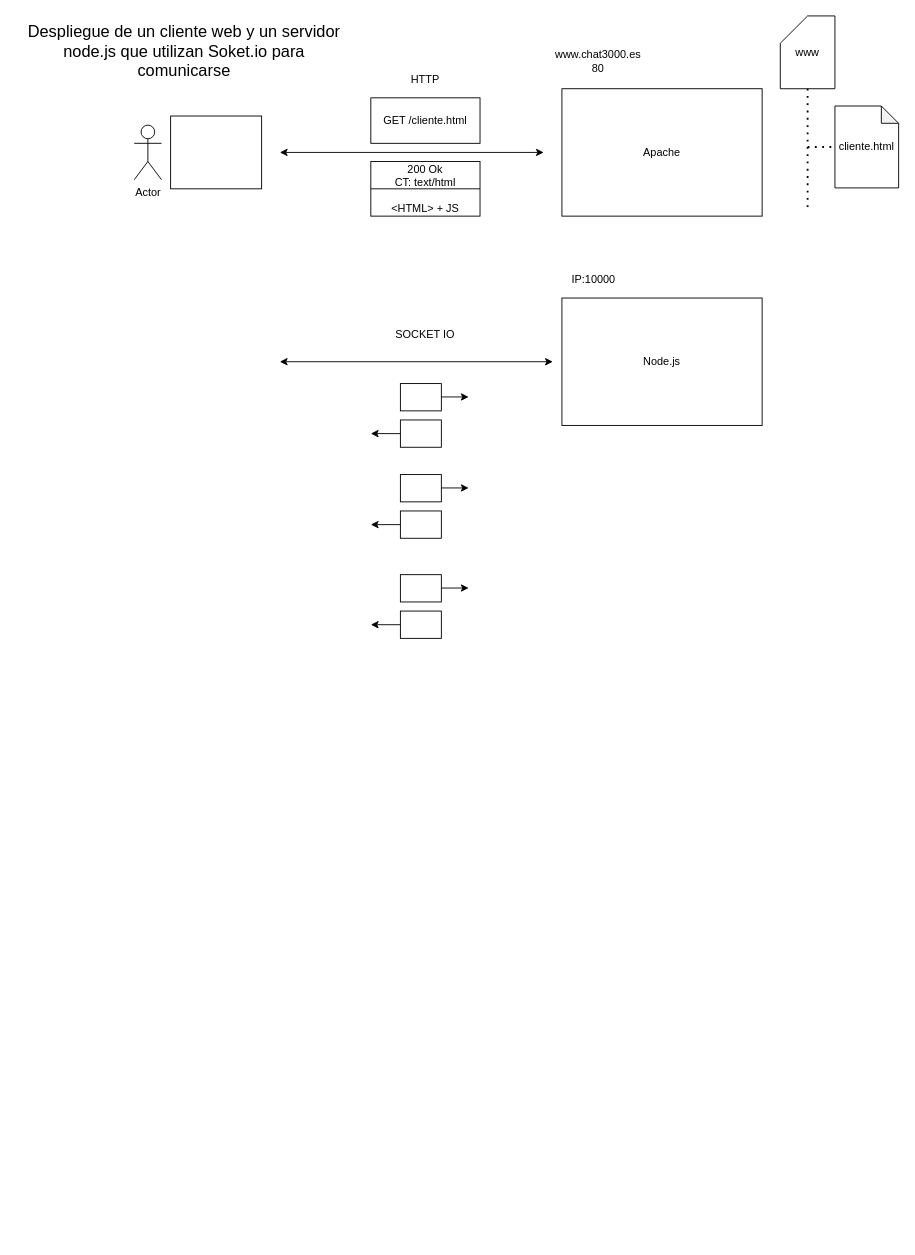
Earlier version of the draw.io diagram page "Página-58" (58 of 60) of diagramas.drawio (almoril00/MEAN). Source tidied: cells renumbered, new cells numbered last; positions are measured from the earlier drawing's top-left corner, leaving out a move shared by most shapes. Both pictures are drawn from the tidied source at 91%, with x=0, y=0 at pixel (15, 15).
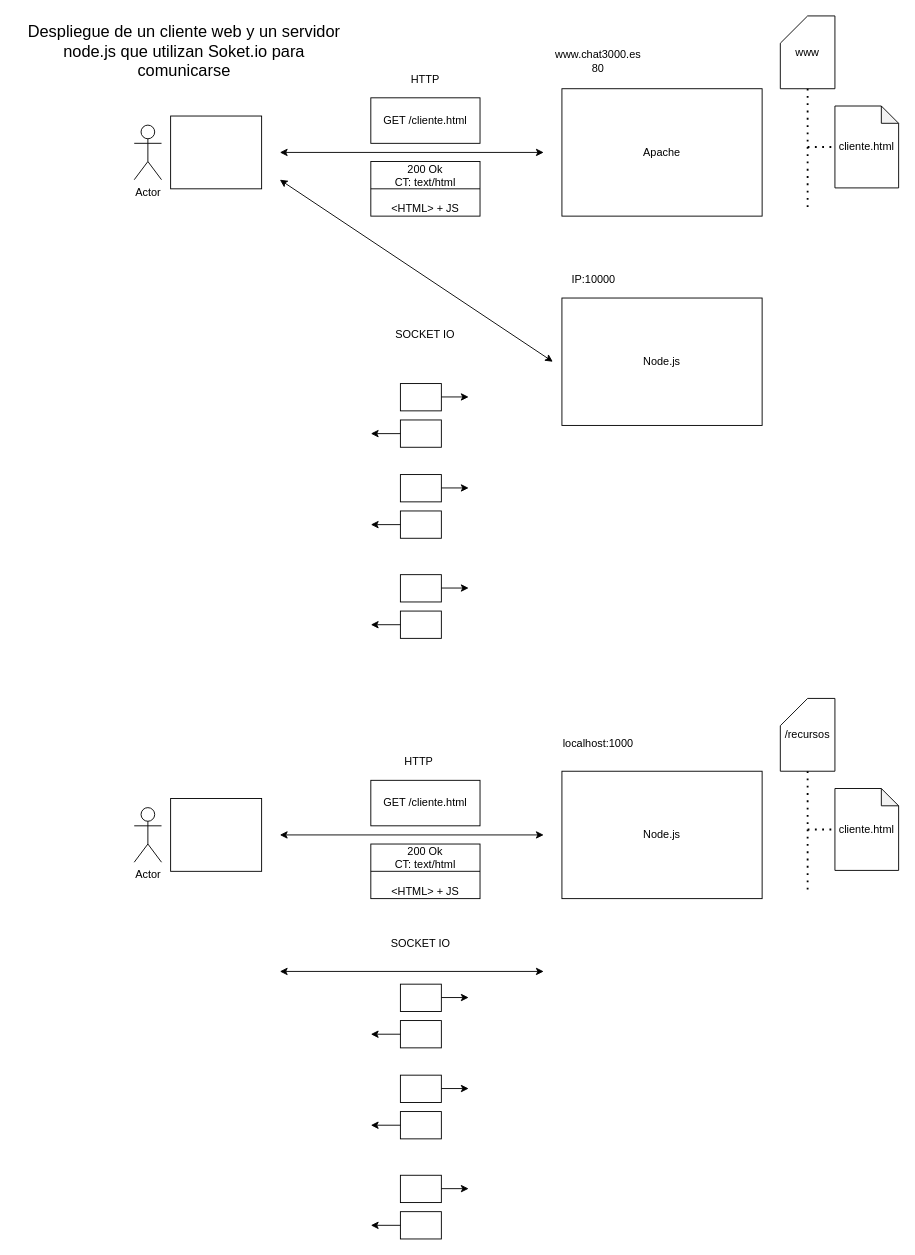
After the change.

Diff of the diagram source:
```diff
@@
     <mxCell id="15" style="endArrow=classic;startArrow=classic;html=1;strokeWidth=1;" parent="1" edge="1">
       <mxGeometry relative="1" as="geometry">
-        <mxPoint x="290" y="380" as="sourcePoint" />
+        <mxPoint x="290" y="180" as="sourcePoint" />
         <mxPoint x="590" y="380" as="targetPoint" />
       </mxGeometry>
     </mxCell>
@@
+    <mxCell id="32" style="rounded=0;whiteSpace=wrap;html=1;fillColor=none;" parent="1" vertex="1">
+      <mxGeometry x="170" y="860" width="100" height="80" as="geometry" />
+    </mxCell>
+    <mxCell id="33" value="Actor" style="shape=umlActor;verticalLabelPosition=bottom;verticalAlign=top;html=1;fillColor=none;" parent="1" vertex="1">
+      <mxGeometry x="130" y="870" width="30" height="60" as="geometry" />
+    </mxCell>
+    <mxCell id="34" value="Node.js" style="rounded=0;whiteSpace=wrap;html=1;fillColor=none;" parent="1" vertex="1">
+      <mxGeometry x="600" y="830" width="220" height="140" as="geometry" />
+    </mxCell>
+    <mxCell id="35" style="endArrow=classic;startArrow=classic;html=1;strokeWidth=1;" parent="1" edge="1">
+      <mxGeometry relative="1" as="geometry">
+        <mxPoint x="290" y="900" as="sourcePoint" />
+        <mxPoint x="580" y="900" as="targetPoint" />
+      </mxGeometry>
+    </mxCell>
+    <mxCell id="36" value="localhost:1000" style="text;html=1;strokeColor=none;fillColor=none;align=center;verticalAlign=middle;whiteSpace=wrap;rounded=0;" parent="1" vertex="1">
+      <mxGeometry x="620" y="790" width="40" height="20" as="geometry" />
+    </mxCell>
+    <mxCell id="37" value="cliente.html" style="shape=note;whiteSpace=wrap;html=1;backgroundOutline=1;darkOpacity=0.05;fillColor=none;size=19;" parent="1" vertex="1">
+      <mxGeometry x="900" y="849" width="70" height="90" as="geometry" />
+    </mxCell>
+    <mxCell id="38" value="/recursos" style="shape=card;whiteSpace=wrap;html=1;fillColor=none;" parent="1" vertex="1">
+      <mxGeometry x="840" y="750" width="60" height="80" as="geometry" />
+    </mxCell>
+    <mxCell id="39" style="endArrow=none;dashed=1;html=1;dashPattern=1 3;strokeWidth=2;entryX=0.5;entryY=1;entryDx=0;entryDy=0;entryPerimeter=0;" parent="1" edge="1" target="38">
+      <mxGeometry relative="1" as="geometry">
+        <mxPoint x="870" y="960" as="sourcePoint" />
+      </mxGeometry>
+    </mxCell>
+    <mxCell id="40" style="endArrow=none;dashed=1;html=1;dashPattern=1 3;strokeWidth=2;entryX=0;entryY=0.5;entryDx=0;entryDy=0;entryPerimeter=0;" parent="1" edge="1" target="37">
+      <mxGeometry relative="1" as="geometry">
+        <mxPoint x="870" y="894" as="sourcePoint" />
+      </mxGeometry>
+    </mxCell>
+    <mxCell id="41" value="GET /cliente.html" style="rounded=0;whiteSpace=wrap;html=1;fillColor=none;" parent="1" vertex="1">
+      <mxGeometry x="390" y="840" width="120" height="50" as="geometry" />
+    </mxCell>
+    <mxCell id="42" value="200 Ok&lt;br&gt;CT: text/html&lt;br&gt;&lt;br&gt;&amp;lt;HTML&amp;gt; + JS" style="rounded=0;whiteSpace=wrap;html=1;fillColor=none;" parent="1" vertex="1">
+      <mxGeometry x="390" y="910" width="120" height="60" as="geometry" />
+    </mxCell>
+    <mxCell id="43" style="endArrow=none;html=1;strokeWidth=1;exitX=0;exitY=0.5;exitDx=0;exitDy=0;entryX=1;entryY=0.5;entryDx=0;entryDy=0;" parent="1" edge="1" source="42" target="42">
+      <mxGeometry relative="1" as="geometry" />
+    </mxCell>
+    <mxCell id="44" value="HTTP" style="text;html=1;strokeColor=none;fillColor=none;align=center;verticalAlign=middle;whiteSpace=wrap;rounded=0;" parent="1" vertex="1">
+      <mxGeometry x="422.5" y="810" width="40" height="20" as="geometry" />
+    </mxCell>
+    <mxCell id="45" value="SOCKET IO" style="text;html=1;strokeColor=none;fillColor=none;align=center;verticalAlign=middle;whiteSpace=wrap;rounded=0;" parent="1" vertex="1">
+      <mxGeometry x="410" y="1010" width="70" height="20" as="geometry" />
+    </mxCell>
+    <mxCell id="46" style="rounded=0;whiteSpace=wrap;html=1;fillColor=none;" parent="1" vertex="1">
+      <mxGeometry x="422.5" y="1064" width="45" height="30" as="geometry" />
+    </mxCell>
+    <mxCell id="47" style="endArrow=classic;html=1;strokeWidth=1;" parent="1" edge="1">
+      <mxGeometry relative="1" as="geometry">
+        <mxPoint x="467.5" y="1078.7" as="sourcePoint" />
+        <mxPoint x="497.5" y="1078.7" as="targetPoint" />
+      </mxGeometry>
+    </mxCell>
+    <mxCell id="48" style="rounded=0;whiteSpace=wrap;html=1;fillColor=none;" parent="1" vertex="1">
+      <mxGeometry x="422.5" y="1104" width="45" height="30" as="geometry" />
+    </mxCell>
+    <mxCell id="49" style="endArrow=classic;html=1;strokeWidth=1;exitX=0;exitY=0.5;exitDx=0;exitDy=0;" parent="1" edge="1" source="48">
+      <mxGeometry relative="1" as="geometry">
+        <mxPoint x="390" y="1119" as="targetPoint" />
+      </mxGeometry>
+    </mxCell>
+    <mxCell id="50" style="rounded=0;whiteSpace=wrap;html=1;fillColor=none;" parent="1" vertex="1">
+      <mxGeometry x="422.5" y="1164" width="45" height="30" as="geometry" />
+    </mxCell>
+    <mxCell id="51" style="endArrow=classic;html=1;strokeWidth=1;" parent="1" edge="1">
+      <mxGeometry relative="1" as="geometry">
+        <mxPoint x="467.5" y="1178.7" as="sourcePoint" />
+        <mxPoint x="497.5" y="1178.7" as="targetPoint" />
+      </mxGeometry>
+    </mxCell>
+    <mxCell id="52" style="rounded=0;whiteSpace=wrap;html=1;fillColor=none;" parent="1" vertex="1">
+      <mxGeometry x="422.5" y="1204" width="45" height="30" as="geometry" />
+    </mxCell>
+    <mxCell id="53" style="endArrow=classic;html=1;strokeWidth=1;exitX=0;exitY=0.5;exitDx=0;exitDy=0;" parent="1" edge="1" source="52">
+      <mxGeometry relative="1" as="geometry">
+        <mxPoint x="390" y="1219" as="targetPoint" />
+      </mxGeometry>
+    </mxCell>
+    <mxCell id="54" style="rounded=0;whiteSpace=wrap;html=1;fillColor=none;" parent="1" vertex="1">
+      <mxGeometry x="422.5" y="1274" width="45" height="30" as="geometry" />
+    </mxCell>
+    <mxCell id="55" style="endArrow=classic;html=1;strokeWidth=1;" parent="1" edge="1">
+      <mxGeometry relative="1" as="geometry">
+        <mxPoint x="467.5" y="1288.7" as="sourcePoint" />
+        <mxPoint x="497.5" y="1288.7" as="targetPoint" />
+      </mxGeometry>
+    </mxCell>
+    <mxCell id="56" style="rounded=0;whiteSpace=wrap;html=1;fillColor=none;" parent="1" vertex="1">
+      <mxGeometry x="422.5" y="1314" width="45" height="30" as="geometry" />
+    </mxCell>
+    <mxCell id="57" style="endArrow=classic;html=1;strokeWidth=1;exitX=0;exitY=0.5;exitDx=0;exitDy=0;" parent="1" edge="1" source="56">
+      <mxGeometry relative="1" as="geometry">
+        <mxPoint x="390" y="1329" as="targetPoint" />
+      </mxGeometry>
+    </mxCell>
+    <mxCell id="58" style="endArrow=classic;startArrow=classic;html=1;strokeWidth=1;" parent="1" edge="1">
+      <mxGeometry relative="1" as="geometry">
+        <mxPoint x="290" y="1050" as="sourcePoint" />
+        <mxPoint x="580" y="1050" as="targetPoint" />
+      </mxGeometry>
+    </mxCell>
```
